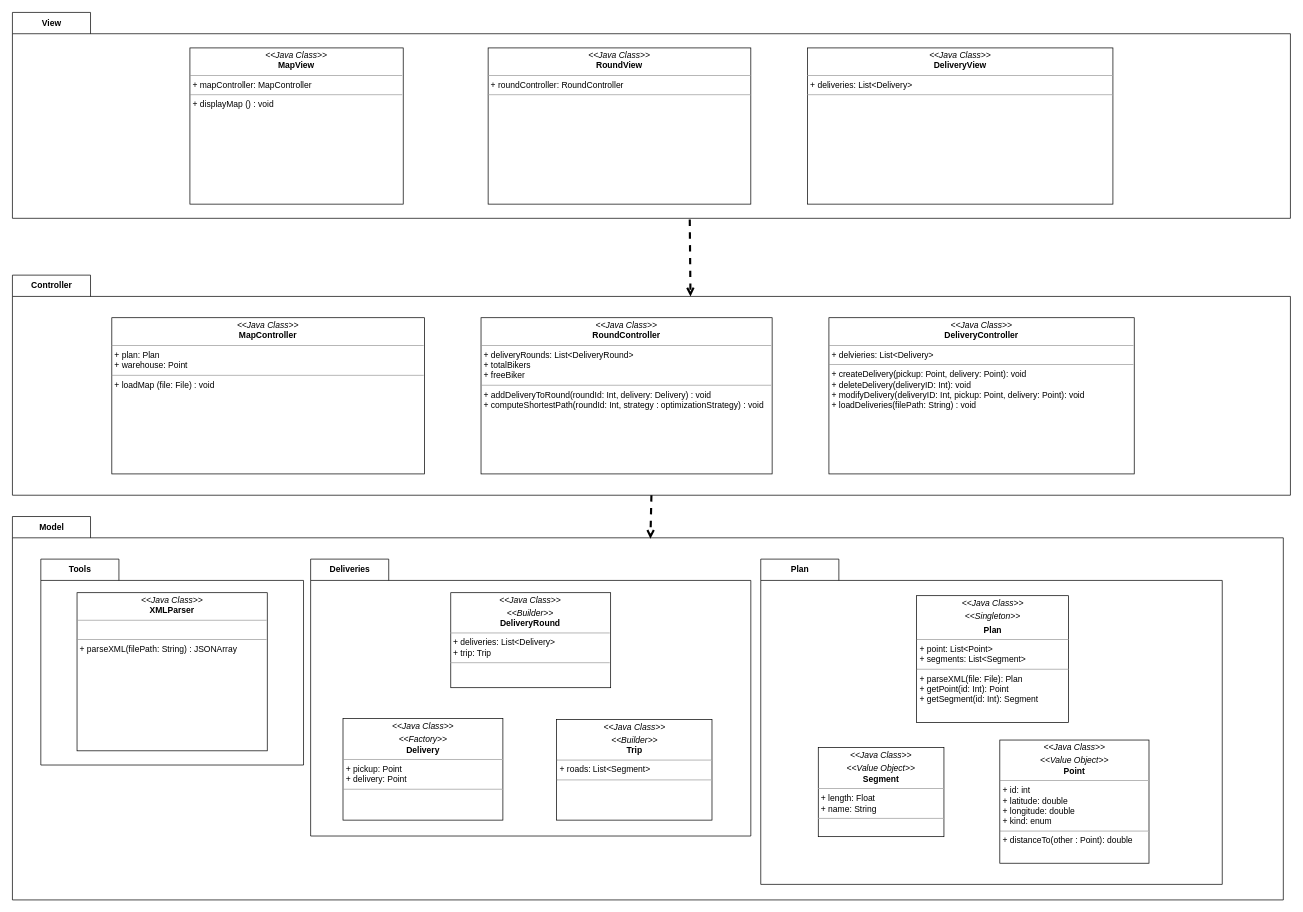
Before: Documents/ClassDiagrams/ModelDiagram.drawio in tlevrard7/PLD-Agile, a draw.io diagram. Source tidied: cells renumbered, new cells numbered last; positions are measured from the earlier drawing's top-left corner, leaving out a move shared by most shapes. Both pictures are drawn from the tidied source at 71%, with x=0, y=0 at pixel (12, 12).
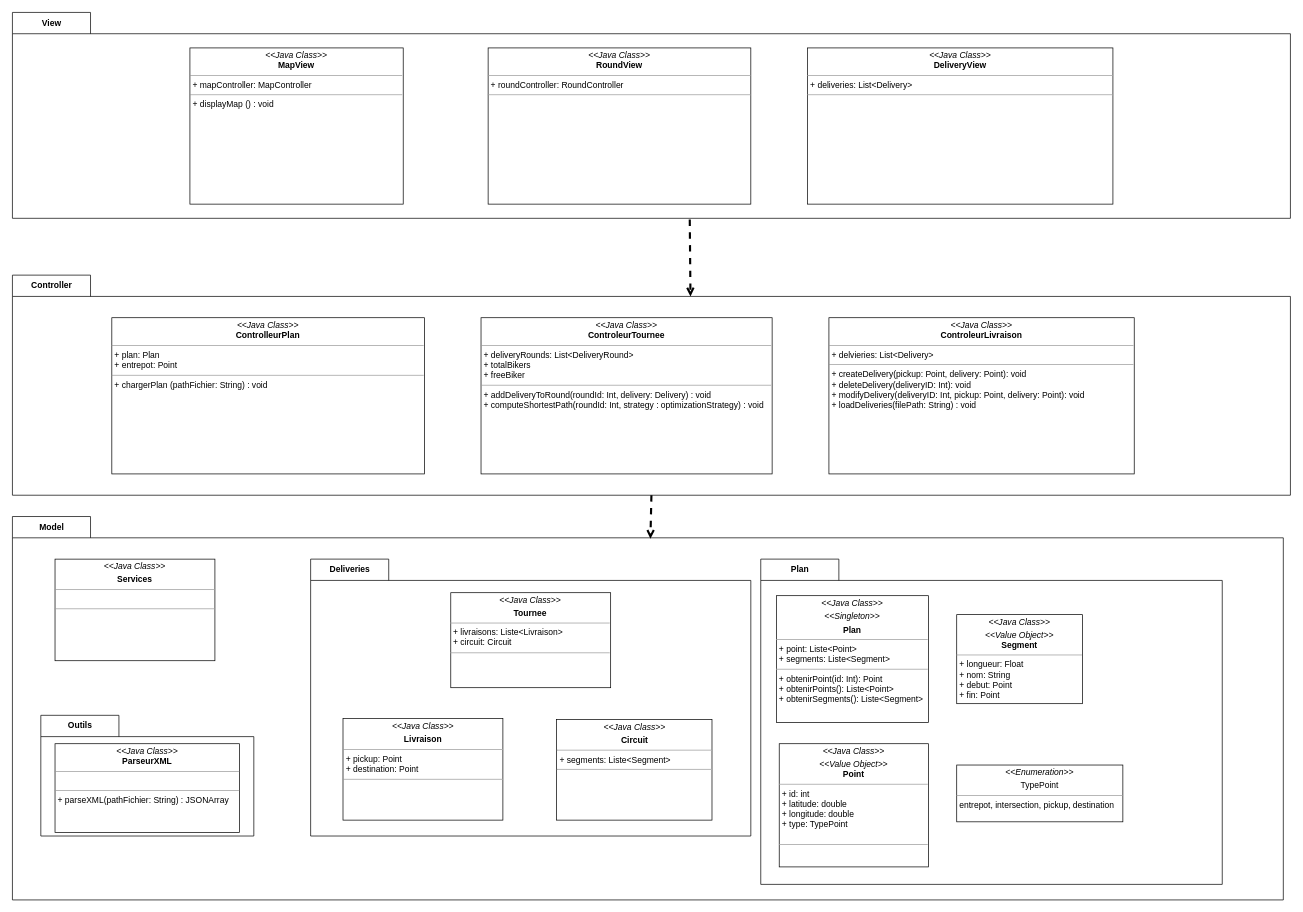
Above is the later version.

The change refers to these unchanged cells:
```xml
<mxCell id="2" value="Model" style="shape=folder;fontStyle=1;tabWidth=110;tabHeight=30;tabPosition=left;html=1;boundedLbl=1;labelInHeader=1;" parent="1" vertex="1">
  <mxGeometry y="710" width="1790" height="540" as="geometry" />
</mxCell>
<mxCell id="3" value="Plan" style="shape=folder;fontStyle=1;tabWidth=110;tabHeight=30;tabPosition=left;html=1;boundedLbl=1;labelInHeader=1;" parent="2" vertex="1">
  <mxGeometry x="1054" y="60" width="650" height="458.1" as="geometry" />
</mxCell>
<mxCell id="7" value="Deliveries" style="shape=folder;fontStyle=1;tabWidth=110;tabHeight=30;tabPosition=left;html=1;boundedLbl=1;labelInHeader=1;" parent="2" vertex="1">
  <mxGeometry x="420" y="60" width="620" height="390" as="geometry" />
</mxCell>
<mxCell id="19" value="Controller" style="shape=folder;fontStyle=1;tabWidth=110;tabHeight=30;tabPosition=left;html=1;boundedLbl=1;labelInHeader=1;" parent="1" vertex="1">
  <mxGeometry y="370" width="1800" height="310" as="geometry" />
</mxCell>
```

The edit, as a diff of the source:
```diff
@@
-    <mxCell id="4" value="&lt;p style=&quot;margin:0px;margin-top:4px;text-align:center;&quot;&gt;&lt;i&gt;&amp;lt;&amp;lt;Java Class&amp;gt;&amp;gt;&lt;/i&gt;&lt;/p&gt;&lt;p style=&quot;margin:0px;margin-top:4px;text-align:center;&quot;&gt;&lt;i&gt;&amp;lt;&amp;lt;Value Object&amp;gt;&amp;gt;&lt;br&gt;&lt;/i&gt;&lt;b&gt;Point&lt;/b&gt;&lt;/p&gt;&lt;hr size=&quot;1&quot;&gt;&lt;p style=&quot;margin:0px;margin-left:4px;&quot;&gt;+ id: int&lt;br&gt;+ latitude: double&lt;/p&gt;&lt;p style=&quot;margin:0px;margin-left:4px;&quot;&gt;+ longitude: double&lt;/p&gt;&lt;p style=&quot;margin:0px;margin-left:4px;&quot;&gt;+ kind: enum&lt;/p&gt;&lt;hr size=&quot;1&quot;&gt;&lt;p style=&quot;margin:0px;margin-left:4px;&quot;&gt;+ distanceTo(other : Point): double&lt;/p&gt;" style="verticalAlign=top;align=left;overflow=fill;fontSize=12;fontFamily=Helvetica;html=1;rounded=0;shadow=0;comic=0;labelBackgroundColor=none;strokeWidth=1;" parent="3" vertex="1">
-      <mxGeometry x="336.7" y="254.8" width="210.1" height="173.5" as="geometry" />
+    <mxCell id="4" value="&lt;p style=&quot;margin:0px;margin-top:4px;text-align:center;&quot;&gt;&lt;i&gt;&amp;lt;&amp;lt;Java Class&amp;gt;&amp;gt;&lt;/i&gt;&lt;/p&gt;&lt;p style=&quot;margin:0px;margin-top:4px;text-align:center;&quot;&gt;&lt;i&gt;&amp;lt;&amp;lt;Value Object&amp;gt;&amp;gt;&lt;br&gt;&lt;/i&gt;&lt;b&gt;Point&lt;/b&gt;&lt;/p&gt;&lt;hr size=&quot;1&quot;&gt;&lt;p style=&quot;margin:0px;margin-left:4px;&quot;&gt;+ id: int&lt;br&gt;+ latitude: double&lt;/p&gt;&lt;p style=&quot;margin:0px;margin-left:4px;&quot;&gt;+ longitude: double&lt;/p&gt;&lt;p style=&quot;margin:0px;margin-left:4px;&quot;&gt;+ type: TypePoint&lt;/p&gt;&lt;br&gt;&lt;hr size=&quot;1&quot;&gt;&lt;p style=&quot;margin:0px;margin-left:4px;&quot;&gt;&lt;br&gt;&lt;/p&gt;" style="verticalAlign=top;align=left;overflow=fill;fontSize=12;fontFamily=Helvetica;html=1;rounded=0;shadow=0;comic=0;labelBackgroundColor=none;strokeWidth=1;" parent="3" vertex="1">
+      <mxGeometry x="26" y="260" width="210.1" height="173.5" as="geometry" />
     </mxCell>
-    <mxCell id="5" value="&lt;p style=&quot;margin:0px;margin-top:4px;text-align:center;&quot;&gt;&lt;i&gt;&amp;lt;&amp;lt;Java Class&amp;gt;&amp;gt;&lt;/i&gt;&lt;/p&gt;&lt;p style=&quot;margin:0px;margin-top:4px;text-align:center;&quot;&gt;&lt;i&gt;&amp;lt;&amp;lt;Singleton&amp;gt;&amp;gt;&lt;/i&gt;&lt;/p&gt;&lt;p style=&quot;margin:0px;margin-top:4px;text-align:center;&quot;&gt;&lt;b&gt;Plan&lt;/b&gt;&lt;/p&gt;&lt;hr size=&quot;1&quot;&gt;&lt;p style=&quot;margin:0px;margin-left:4px;&quot;&gt;+ point: List&amp;lt;Point&amp;gt;&lt;br&gt;+ segments: List&amp;lt;Segment&amp;gt;&lt;/p&gt;&lt;hr size=&quot;1&quot;&gt;&lt;p style=&quot;margin:0px;margin-left:4px;&quot;&gt;+ parseXML(file: File): Plan&lt;br&gt;+ getPoint(id: Int): Point&lt;/p&gt;&lt;p style=&quot;margin:0px;margin-left:4px;&quot;&gt;+ getSegment(id: Int): Segment&lt;/p&gt;" style="verticalAlign=top;align=left;overflow=fill;fontSize=12;fontFamily=Helvetica;html=1;rounded=0;shadow=0;comic=0;labelBackgroundColor=none;strokeWidth=1;" parent="3" vertex="1">
-      <mxGeometry x="219.5" y="51.5" width="213.9" height="178.7" as="geometry" />
+    <mxCell id="5" value="&lt;p style=&quot;margin:0px;margin-top:4px;text-align:center;&quot;&gt;&lt;i&gt;&amp;lt;&amp;lt;Java Class&amp;gt;&amp;gt;&lt;/i&gt;&lt;/p&gt;&lt;p style=&quot;margin:0px;margin-top:4px;text-align:center;&quot;&gt;&lt;i&gt;&amp;lt;&amp;lt;Singleton&amp;gt;&amp;gt;&lt;/i&gt;&lt;/p&gt;&lt;p style=&quot;margin:0px;margin-top:4px;text-align:center;&quot;&gt;&lt;b&gt;Plan&lt;/b&gt;&lt;/p&gt;&lt;hr size=&quot;1&quot;&gt;&lt;p style=&quot;margin:0px;margin-left:4px;&quot;&gt;+ point: Liste&amp;lt;Point&amp;gt;&lt;br&gt;+ segments: Liste&amp;lt;Segment&amp;gt;&lt;/p&gt;&lt;hr size=&quot;1&quot;&gt;&lt;p style=&quot;margin:0px;margin-left:4px;&quot;&gt;+ obtenirPoint(id: Int): Point&lt;/p&gt;&lt;p style=&quot;margin:0px;margin-left:4px;&quot;&gt;+ obtenirPoints(): Liste&amp;lt;Point&amp;gt;&lt;br&gt;&lt;/p&gt;&lt;p style=&quot;margin:0px;margin-left:4px;&quot;&gt;+ obtenirSegments(): Liste&amp;lt;Segment&amp;gt;&lt;/p&gt;" style="verticalAlign=top;align=left;overflow=fill;fontSize=12;fontFamily=Helvetica;html=1;rounded=0;shadow=0;comic=0;labelBackgroundColor=none;strokeWidth=1;" parent="3" vertex="1">
+      <mxGeometry x="22.2" y="51.5" width="213.9" height="178.7" as="geometry" />
     </mxCell>
-    <mxCell id="6" value="&lt;p style=&quot;margin:0px;margin-top:4px;text-align:center;&quot;&gt;&lt;i&gt;&amp;lt;&amp;lt;Java Class&amp;gt;&amp;gt;&lt;/i&gt;&lt;/p&gt;&lt;p style=&quot;margin:0px;margin-top:4px;text-align:center;&quot;&gt;&lt;i&gt;&amp;lt;&amp;lt;Value Object&amp;gt;&amp;gt;&lt;br&gt;&lt;/i&gt;&lt;b&gt;Segment&lt;/b&gt;&lt;/p&gt;&lt;hr size=&quot;1&quot;&gt;&lt;p style=&quot;margin:0px;margin-left:4px;&quot;&gt;&lt;span style=&quot;background-color: initial;&quot;&gt;+ length: Float&lt;/span&gt;&lt;/p&gt;&lt;p style=&quot;margin:0px;margin-left:4px;&quot;&gt;&lt;span style=&quot;background-color: initial;&quot;&gt;+ name: String&lt;/span&gt;&lt;/p&gt;&lt;hr size=&quot;1&quot;&gt;&lt;p style=&quot;margin:0px;margin-left:4px;&quot;&gt;&lt;br&gt;&lt;/p&gt;" style="verticalAlign=top;align=left;overflow=fill;fontSize=12;fontFamily=Helvetica;html=1;rounded=0;shadow=0;comic=0;labelBackgroundColor=none;strokeWidth=1;" parent="3" vertex="1">
-      <mxGeometry x="81" y="265.5" width="177" height="125.4" as="geometry" />
+    <mxCell id="6" value="&lt;p style=&quot;margin:0px;margin-top:4px;text-align:center;&quot;&gt;&lt;i&gt;&amp;lt;&amp;lt;Java Class&amp;gt;&amp;gt;&lt;/i&gt;&lt;/p&gt;&lt;p style=&quot;margin:0px;margin-top:4px;text-align:center;&quot;&gt;&lt;i&gt;&amp;lt;&amp;lt;Value Object&amp;gt;&amp;gt;&lt;br&gt;&lt;/i&gt;&lt;b&gt;Segment&lt;/b&gt;&lt;/p&gt;&lt;hr size=&quot;1&quot;&gt;&lt;p style=&quot;margin:0px;margin-left:4px;&quot;&gt;&lt;span style=&quot;background-color: initial;&quot;&gt;+ longueur: Float&lt;/span&gt;&lt;/p&gt;&lt;p style=&quot;margin:0px;margin-left:4px;&quot;&gt;&lt;span style=&quot;background-color: initial;&quot;&gt;+ nom: String&lt;/span&gt;&lt;/p&gt;&lt;p style=&quot;margin:0px;margin-left:4px;&quot;&gt;&lt;span style=&quot;background-color: initial;&quot;&gt;+ debut: Point&lt;/span&gt;&lt;/p&gt;&lt;p style=&quot;margin:0px;margin-left:4px;&quot;&gt;&lt;span style=&quot;background-color: initial;&quot;&gt;+ fin: Point&lt;/span&gt;&lt;/p&gt;&lt;hr size=&quot;1&quot;&gt;&lt;p style=&quot;margin:0px;margin-left:4px;&quot;&gt;&lt;br&gt;&lt;/p&gt;" style="verticalAlign=top;align=left;overflow=fill;fontSize=12;fontFamily=Helvetica;html=1;rounded=0;shadow=0;comic=0;labelBackgroundColor=none;strokeWidth=1;" parent="3" vertex="1">
+      <mxGeometry x="276" y="78.2" width="177" height="125.4" as="geometry" />
     </mxCell>
+    <mxCell id="25" value="&lt;p style=&quot;margin:0px;margin-top:4px;text-align:center;&quot;&gt;&lt;i&gt;&amp;lt;&amp;lt;Enumeration&amp;gt;&amp;gt;&lt;/i&gt;&lt;/p&gt;&lt;p style=&quot;margin:0px;margin-top:4px;text-align:center;&quot;&gt;TypePoint&lt;/p&gt;&lt;hr size=&quot;1&quot;&gt;&lt;p style=&quot;margin:0px;margin-left:4px;&quot;&gt;entrepot, intersection, pickup, destination&lt;/p&gt;&lt;p style=&quot;margin:0px;margin-left:4px;&quot;&gt;&lt;br&gt;&lt;/p&gt;" style="verticalAlign=top;align=left;overflow=fill;fontSize=12;fontFamily=Helvetica;html=1;rounded=0;shadow=0;comic=0;labelBackgroundColor=none;strokeWidth=1;" parent="3" vertex="1">
+      <mxGeometry x="276" y="290" width="234" height="80" as="geometry" />
+    </mxCell>
@@
-    <mxCell id="8" value="&lt;p style=&quot;margin:0px;margin-top:4px;text-align:center;&quot;&gt;&lt;i&gt;&amp;lt;&amp;lt;Java Class&amp;gt;&amp;gt;&lt;/i&gt;&lt;/p&gt;&lt;p style=&quot;margin:0px;margin-top:4px;text-align:center;&quot;&gt;&lt;i&gt;&amp;lt;&amp;lt;Builder&amp;gt;&amp;gt;&lt;br&gt;&lt;/i&gt;&lt;b&gt;Trip&lt;/b&gt;&lt;/p&gt;&lt;hr size=&quot;1&quot;&gt;&lt;p style=&quot;margin:0px;margin-left:4px;&quot;&gt;+ roads: List&amp;lt;Segment&amp;gt;&lt;/p&gt;&lt;hr size=&quot;1&quot;&gt;&lt;p style=&quot;margin:0px;margin-left:4px;&quot;&gt;&lt;br&gt;&lt;/p&gt;" style="verticalAlign=top;align=left;overflow=fill;fontSize=12;fontFamily=Helvetica;html=1;rounded=0;shadow=0;comic=0;labelBackgroundColor=none;strokeWidth=1;" parent="7" vertex="1">
+    <mxCell id="8" value="&lt;p style=&quot;margin:0px;margin-top:4px;text-align:center;&quot;&gt;&lt;i&gt;&amp;lt;&amp;lt;Java Class&amp;gt;&amp;gt;&lt;/i&gt;&lt;/p&gt;&lt;p style=&quot;margin:0px;margin-top:4px;text-align:center;&quot;&gt;&lt;b&gt;Circuit&lt;/b&gt;&lt;/p&gt;&lt;hr size=&quot;1&quot;&gt;&lt;p style=&quot;margin:0px;margin-left:4px;&quot;&gt;+ segments: Liste&amp;lt;Segment&amp;gt;&lt;/p&gt;&lt;hr size=&quot;1&quot;&gt;&lt;p style=&quot;margin:0px;margin-left:4px;&quot;&gt;&lt;br&gt;&lt;/p&gt;" style="verticalAlign=top;align=left;overflow=fill;fontSize=12;fontFamily=Helvetica;html=1;rounded=0;shadow=0;comic=0;labelBackgroundColor=none;strokeWidth=1;" parent="7" vertex="1">
       <mxGeometry x="346.5" y="225.8" width="218.8" height="141.8" as="geometry" />
     </mxCell>
-    <mxCell id="9" value="&lt;p style=&quot;margin: 4px 0px 0px; text-align: center;&quot;&gt;&lt;i&gt;&amp;lt;&amp;lt;Java Class&amp;gt;&amp;gt;&lt;/i&gt;&lt;/p&gt;&lt;p style=&quot;margin: 4px 0px 0px; text-align: center;&quot;&gt;&lt;i&gt;&amp;lt;&amp;lt;Builder&amp;gt;&amp;gt;&lt;br&gt;&lt;/i&gt;&lt;b&gt;DeliveryRound&lt;/b&gt;&lt;/p&gt;&lt;hr size=&quot;1&quot;&gt;&lt;p style=&quot;margin:0px;margin-left:4px;&quot;&gt;+ deliveries: List&amp;lt;Delivery&amp;gt;&lt;/p&gt;&lt;p style=&quot;margin:0px;margin-left:4px;&quot;&gt;+ trip: Trip&lt;/p&gt;&lt;hr size=&quot;1&quot;&gt;&lt;p style=&quot;margin:0px;margin-left:4px;&quot;&gt;&lt;br&gt;&lt;/p&gt;" style="verticalAlign=top;align=left;overflow=fill;fontSize=12;fontFamily=Helvetica;html=1;rounded=0;shadow=0;comic=0;labelBackgroundColor=none;strokeWidth=1;" parent="7" vertex="1">
+    <mxCell id="9" value="&lt;p style=&quot;margin: 4px 0px 0px; text-align: center;&quot;&gt;&lt;i&gt;&amp;lt;&amp;lt;Java Class&amp;gt;&amp;gt;&lt;/i&gt;&lt;/p&gt;&lt;p style=&quot;margin: 4px 0px 0px; text-align: center;&quot;&gt;&lt;b&gt;Tournee&lt;/b&gt;&lt;/p&gt;&lt;hr size=&quot;1&quot;&gt;&lt;p style=&quot;margin:0px;margin-left:4px;&quot;&gt;+ livraisons: Liste&amp;lt;Livraison&amp;gt;&lt;/p&gt;&lt;p style=&quot;margin:0px;margin-left:4px;&quot;&gt;+ circuit: Circuit&lt;/p&gt;&lt;hr size=&quot;1&quot;&gt;&lt;p style=&quot;margin:0px;margin-left:4px;&quot;&gt;&lt;br&gt;&lt;/p&gt;" style="verticalAlign=top;align=left;overflow=fill;fontSize=12;fontFamily=Helvetica;html=1;rounded=0;shadow=0;comic=0;labelBackgroundColor=none;strokeWidth=1;" parent="7" vertex="1">
       <mxGeometry x="197.4" y="47.3" width="225.2" height="133.8" as="geometry" />
     </mxCell>
-    <mxCell id="10" value="&lt;p style=&quot;margin:0px;margin-top:4px;text-align:center;&quot;&gt;&lt;i&gt;&amp;lt;&amp;lt;Java Class&amp;gt;&amp;gt;&lt;/i&gt;&lt;/p&gt;&lt;p style=&quot;margin:0px;margin-top:4px;text-align:center;&quot;&gt;&lt;i&gt;&amp;lt;&amp;lt;Factory&amp;gt;&amp;gt;&lt;br&gt;&lt;/i&gt;&lt;b&gt;Delivery&lt;/b&gt;&lt;/p&gt;&lt;hr size=&quot;1&quot;&gt;&lt;p style=&quot;margin:0px;margin-left:4px;&quot;&gt;+ pickup: Point&lt;br&gt;+ delivery: Point&lt;/p&gt;&lt;hr size=&quot;1&quot;&gt;&lt;p style=&quot;margin:0px;margin-left:4px;&quot;&gt;&lt;br&gt;&lt;/p&gt;" style="verticalAlign=top;align=left;overflow=fill;fontSize=12;fontFamily=Helvetica;html=1;rounded=0;shadow=0;comic=0;labelBackgroundColor=none;strokeWidth=1;" parent="7" vertex="1">
+    <mxCell id="10" value="&lt;p style=&quot;margin:0px;margin-top:4px;text-align:center;&quot;&gt;&lt;i&gt;&amp;lt;&amp;lt;Java Class&amp;gt;&amp;gt;&lt;/i&gt;&lt;/p&gt;&lt;p style=&quot;margin:0px;margin-top:4px;text-align:center;&quot;&gt;&lt;b&gt;Livraison&lt;/b&gt;&lt;/p&gt;&lt;hr size=&quot;1&quot;&gt;&lt;p style=&quot;margin:0px;margin-left:4px;&quot;&gt;+ pickup: Point&lt;br&gt;+ destination: Point&lt;/p&gt;&lt;hr size=&quot;1&quot;&gt;&lt;p style=&quot;margin:0px;margin-left:4px;&quot;&gt;&lt;br&gt;&lt;/p&gt;" style="verticalAlign=top;align=left;overflow=fill;fontSize=12;fontFamily=Helvetica;html=1;rounded=0;shadow=0;comic=0;labelBackgroundColor=none;strokeWidth=1;" parent="7" vertex="1">
       <mxGeometry x="45.6" y="224.5" width="225.2" height="143.1" as="geometry" />
     </mxCell>
-    <mxCell id="11" value="Tools" style="shape=folder;fontStyle=1;tabWidth=110;tabHeight=30;tabPosition=left;html=1;boundedLbl=1;labelInHeader=1;" parent="2" vertex="1">
-      <mxGeometry x="40" y="60" width="370" height="290" as="geometry" />
+    <mxCell id="11" value="Outils" style="shape=folder;fontStyle=1;tabWidth=110;tabHeight=30;tabPosition=left;html=1;boundedLbl=1;labelInHeader=1;" parent="2" vertex="1">
+      <mxGeometry x="40" y="280" width="300" height="170" as="geometry" />
     </mxCell>
-    <mxCell id="12" value="&lt;p style=&quot;margin:0px;margin-top:4px;text-align:center;&quot;&gt;&lt;i&gt;&amp;lt;&amp;lt;Java Class&amp;gt;&amp;gt;&lt;/i&gt;&lt;br&gt;&lt;b&gt;XMLParser&lt;/b&gt;&lt;/p&gt;&lt;hr size=&quot;1&quot;&gt;&lt;p style=&quot;margin:0px;margin-left:4px;&quot;&gt;&lt;br&gt;&lt;/p&gt;&lt;hr size=&quot;1&quot;&gt;&lt;p style=&quot;margin:0px;margin-left:4px;&quot;&gt;+ parseXML(filePath: String) : JSONArray&lt;/p&gt;&lt;p style=&quot;margin:0px;margin-left:4px;&quot;&gt;&lt;br&gt;&lt;/p&gt;" style="verticalAlign=top;align=left;overflow=fill;fontSize=12;fontFamily=Helvetica;html=1;rounded=0;shadow=0;comic=0;labelBackgroundColor=none;strokeWidth=1;" parent="11" vertex="1">
-      <mxGeometry x="51" y="47.3" width="267.9" height="222.7" as="geometry" />
-    </mxCell>
+    <mxCell id="26" value="&lt;p style=&quot;margin:0px;margin-top:4px;text-align:center;&quot;&gt;&lt;i&gt;&amp;lt;&amp;lt;Java Class&amp;gt;&amp;gt;&lt;/i&gt;&lt;br&gt;&lt;b&gt;ParseurXML&lt;/b&gt;&lt;/p&gt;&lt;hr size=&quot;1&quot;&gt;&lt;p style=&quot;margin:0px;margin-left:4px;&quot;&gt;&lt;br&gt;&lt;/p&gt;&lt;hr size=&quot;1&quot;&gt;&lt;p style=&quot;margin:0px;margin-left:4px;&quot;&gt;+ parseXML(pathFichier: String) : JSONArray&lt;/p&gt;&lt;p style=&quot;margin:0px;margin-left:4px;&quot;&gt;&lt;br&gt;&lt;/p&gt;" style="verticalAlign=top;align=left;overflow=fill;fontSize=12;fontFamily=Helvetica;html=1;rounded=0;shadow=0;comic=0;labelBackgroundColor=none;strokeWidth=1;" parent="11" vertex="1">
+      <mxGeometry x="20" y="40" width="260" height="125.2" as="geometry" />
+    </mxCell>
+    <mxCell id="27" value="&lt;p style=&quot;margin:0px;margin-top:4px;text-align:center;&quot;&gt;&lt;i&gt;&amp;lt;&amp;lt;Java Class&amp;gt;&amp;gt;&lt;/i&gt;&lt;/p&gt;&lt;p style=&quot;margin:0px;margin-top:4px;text-align:center;&quot;&gt;&lt;b&gt;Services&lt;/b&gt;&lt;/p&gt;&lt;hr size=&quot;1&quot;&gt;&lt;p style=&quot;margin:0px;margin-left:4px;&quot;&gt;&lt;br&gt;&lt;/p&gt;&lt;hr size=&quot;1&quot;&gt;&lt;p style=&quot;margin:0px;margin-left:4px;&quot;&gt;&lt;br&gt;&lt;/p&gt;" style="verticalAlign=top;align=left;overflow=fill;fontSize=12;fontFamily=Helvetica;html=1;rounded=0;shadow=0;comic=0;labelBackgroundColor=none;strokeWidth=1;" parent="2" vertex="1">
+      <mxGeometry x="60" y="60" width="225.2" height="143.1" as="geometry" />
+    </mxCell>
@@
-    <mxCell id="21" value="&lt;p style=&quot;margin:0px;margin-top:4px;text-align:center;&quot;&gt;&lt;i&gt;&amp;lt;&amp;lt;Java Class&amp;gt;&amp;gt;&lt;/i&gt;&lt;br&gt;&lt;b&gt;MapController&lt;/b&gt;&lt;/p&gt;&lt;hr size=&quot;1&quot;&gt;&lt;p style=&quot;margin:0px;margin-left:4px;&quot;&gt;+ plan: Plan&lt;br&gt;+ warehouse: Point&lt;/p&gt;&lt;hr size=&quot;1&quot;&gt;&lt;p style=&quot;margin:0px;margin-left:4px;&quot;&gt;+ loadMap (file: File) : void&lt;/p&gt;&lt;p style=&quot;margin:0px;margin-left:4px;&quot;&gt;&lt;br&gt;&lt;/p&gt;" style="verticalAlign=top;align=left;overflow=fill;fontSize=12;fontFamily=Helvetica;html=1;rounded=0;shadow=0;comic=0;labelBackgroundColor=none;strokeWidth=1;" parent="19" vertex="1">
+    <mxCell id="21" value="&lt;p style=&quot;margin:0px;margin-top:4px;text-align:center;&quot;&gt;&lt;i&gt;&amp;lt;&amp;lt;Java Class&amp;gt;&amp;gt;&lt;/i&gt;&lt;br&gt;&lt;b&gt;ControlleurPlan&lt;/b&gt;&lt;/p&gt;&lt;hr size=&quot;1&quot;&gt;&lt;p style=&quot;margin:0px;margin-left:4px;&quot;&gt;+ plan: Plan&lt;br&gt;+ entrepot: Point&lt;/p&gt;&lt;hr size=&quot;1&quot;&gt;&lt;p style=&quot;margin:0px;margin-left:4px;&quot;&gt;+ chargerPlan (pathFichier: String) : void&lt;/p&gt;&lt;p style=&quot;margin:0px;margin-left:4px;&quot;&gt;&lt;br&gt;&lt;/p&gt;" style="verticalAlign=top;align=left;overflow=fill;fontSize=12;fontFamily=Helvetica;html=1;rounded=0;shadow=0;comic=0;labelBackgroundColor=none;strokeWidth=1;" parent="19" vertex="1">
       <mxGeometry x="140" y="60" width="440.4" height="220" as="geometry" />
     </mxCell>
-    <mxCell id="22" value="&lt;p style=&quot;margin:0px;margin-top:4px;text-align:center;&quot;&gt;&lt;i&gt;&amp;lt;&amp;lt;Java Class&amp;gt;&amp;gt;&lt;/i&gt;&lt;br&gt;&lt;b&gt;RoundController&lt;/b&gt;&lt;/p&gt;&lt;hr size=&quot;1&quot;&gt;&lt;p style=&quot;margin:0px;margin-left:4px;&quot;&gt;+ deliveryRounds: List&amp;lt;DeliveryRound&amp;gt;&lt;br&gt;&lt;/p&gt;&lt;p style=&quot;margin:0px;margin-left:4px;&quot;&gt;+ totalBikers&lt;/p&gt;&lt;p style=&quot;margin:0px;margin-left:4px;&quot;&gt;+ freeBiker&lt;/p&gt;&lt;hr size=&quot;1&quot;&gt;&lt;p style=&quot;margin:0px;margin-left:4px;&quot;&gt;+ addDeliveryToRound(roundId: Int, delivery: Delivery) : void&lt;/p&gt;&lt;p style=&quot;margin:0px;margin-left:4px;&quot;&gt;+ computeShortestPath(roundId: Int, strategy : optimizationStrategy) : void&lt;/p&gt;" style="verticalAlign=top;align=left;overflow=fill;fontSize=12;fontFamily=Helvetica;html=1;rounded=0;shadow=0;comic=0;labelBackgroundColor=none;strokeWidth=1;" parent="19" vertex="1">
+    <mxCell id="22" value="&lt;p style=&quot;margin:0px;margin-top:4px;text-align:center;&quot;&gt;&lt;i&gt;&amp;lt;&amp;lt;Java Class&amp;gt;&amp;gt;&lt;/i&gt;&lt;br&gt;&lt;b&gt;ControleurTournee&lt;/b&gt;&lt;/p&gt;&lt;hr size=&quot;1&quot;&gt;&lt;p style=&quot;margin:0px;margin-left:4px;&quot;&gt;+ deliveryRounds: List&amp;lt;DeliveryRound&amp;gt;&lt;br&gt;&lt;/p&gt;&lt;p style=&quot;margin:0px;margin-left:4px;&quot;&gt;+ totalBikers&lt;/p&gt;&lt;p style=&quot;margin:0px;margin-left:4px;&quot;&gt;+ freeBiker&lt;/p&gt;&lt;hr size=&quot;1&quot;&gt;&lt;p style=&quot;margin:0px;margin-left:4px;&quot;&gt;+ addDeliveryToRound(roundId: Int, delivery: Delivery) : void&lt;/p&gt;&lt;p style=&quot;margin:0px;margin-left:4px;&quot;&gt;+ computeShortestPath(roundId: Int, strategy : optimizationStrategy) : void&lt;/p&gt;" style="verticalAlign=top;align=left;overflow=fill;fontSize=12;fontFamily=Helvetica;html=1;rounded=0;shadow=0;comic=0;labelBackgroundColor=none;strokeWidth=1;" parent="19" vertex="1">
       <mxGeometry x="660" y="60" width="410" height="220" as="geometry" />
     </mxCell>
-    <mxCell id="23" value="&lt;p style=&quot;margin:0px;margin-top:4px;text-align:center;&quot;&gt;&lt;i&gt;&amp;lt;&amp;lt;Java Class&amp;gt;&amp;gt;&lt;/i&gt;&lt;br&gt;&lt;b&gt;DeliveryController&lt;/b&gt;&lt;/p&gt;&lt;hr size=&quot;1&quot;&gt;&lt;p style=&quot;margin:0px;margin-left:4px;&quot;&gt;+ delvieries: List&amp;lt;Delivery&amp;gt;&lt;br&gt;&lt;/p&gt;&lt;hr size=&quot;1&quot;&gt;&lt;p style=&quot;margin:0px;margin-left:4px;&quot;&gt;+ createDelivery(pickup: Point, delivery: Point): void&lt;/p&gt;&lt;p style=&quot;margin:0px;margin-left:4px;&quot;&gt;+ deleteDelivery(deli&lt;span style=&quot;background-color: initial;&quot;&gt;veryID: Int): void&lt;/span&gt;&lt;/p&gt;&lt;p style=&quot;margin:0px;margin-left:4px;&quot;&gt;+ modifyDelivery(deliveryID: Int, pickup: Point, delivery: Point): void&lt;br&gt;&lt;/p&gt;&lt;p style=&quot;margin:0px;margin-left:4px;&quot;&gt;+ loadDeliveries(filePath: String) : void&lt;/p&gt;" style="verticalAlign=top;align=left;overflow=fill;fontSize=12;fontFamily=Helvetica;html=1;rounded=0;shadow=0;comic=0;labelBackgroundColor=none;strokeWidth=1;" parent="19" vertex="1">
+    <mxCell id="23" value="&lt;p style=&quot;margin:0px;margin-top:4px;text-align:center;&quot;&gt;&lt;i&gt;&amp;lt;&amp;lt;Java Class&amp;gt;&amp;gt;&lt;/i&gt;&lt;br&gt;&lt;b&gt;ControleurLivraison&lt;/b&gt;&lt;/p&gt;&lt;hr size=&quot;1&quot;&gt;&lt;p style=&quot;margin:0px;margin-left:4px;&quot;&gt;+ delvieries: List&amp;lt;Delivery&amp;gt;&lt;br&gt;&lt;/p&gt;&lt;hr size=&quot;1&quot;&gt;&lt;p style=&quot;margin:0px;margin-left:4px;&quot;&gt;+ createDelivery(pickup: Point, delivery: Point): void&lt;/p&gt;&lt;p style=&quot;margin:0px;margin-left:4px;&quot;&gt;+ deleteDelivery(deli&lt;span style=&quot;background-color: initial;&quot;&gt;veryID: Int): void&lt;/span&gt;&lt;/p&gt;&lt;p style=&quot;margin:0px;margin-left:4px;&quot;&gt;+ modifyDelivery(deliveryID: Int, pickup: Point, delivery: Point): void&lt;br&gt;&lt;/p&gt;&lt;p style=&quot;margin:0px;margin-left:4px;&quot;&gt;+ loadDeliveries(filePath: String) : void&lt;/p&gt;" style="verticalAlign=top;align=left;overflow=fill;fontSize=12;fontFamily=Helvetica;html=1;rounded=0;shadow=0;comic=0;labelBackgroundColor=none;strokeWidth=1;" parent="19" vertex="1">
       <mxGeometry x="1150" y="60" width="430" height="220" as="geometry" />
     </mxCell>
```
